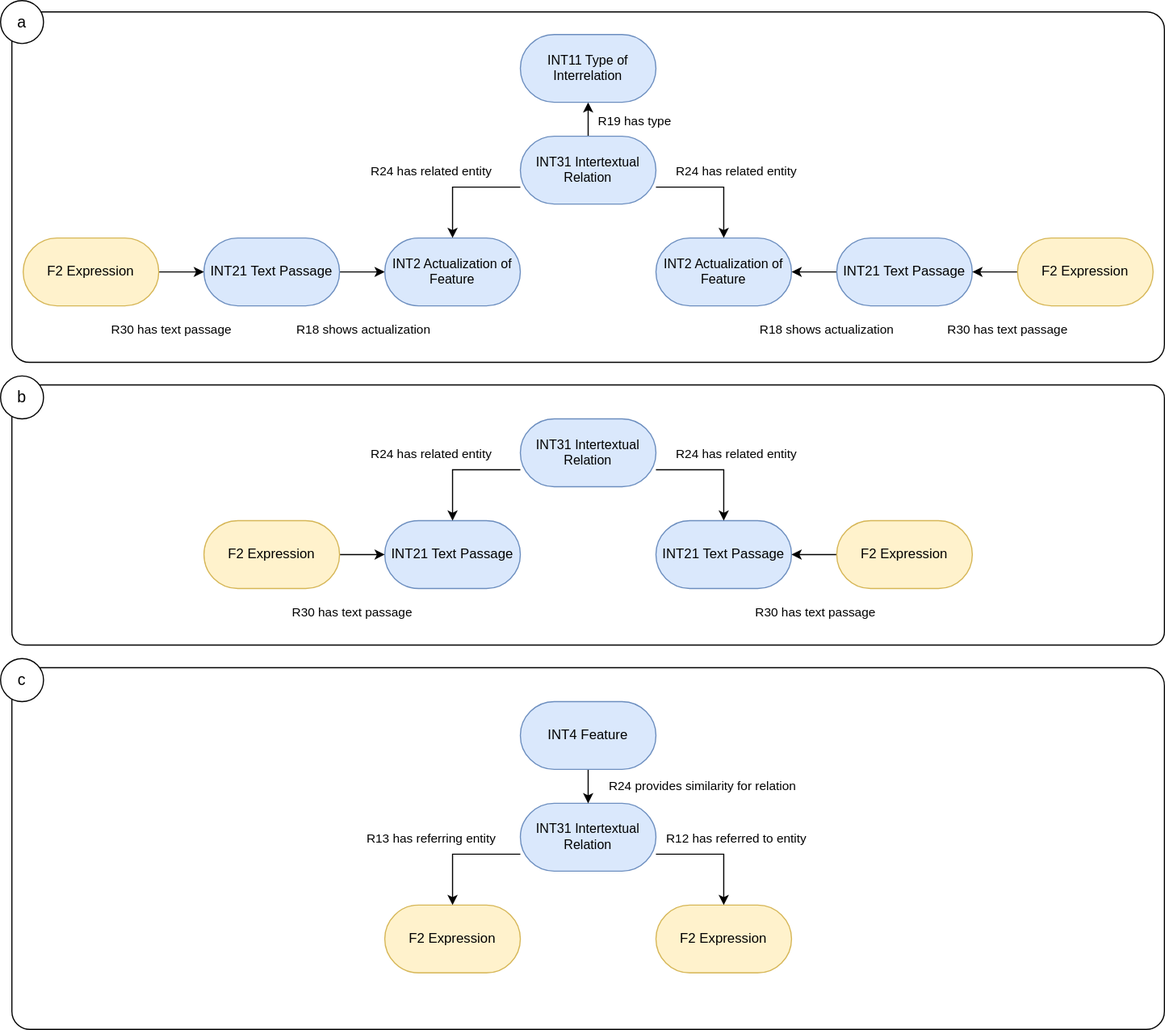
This is img/INTRO_relation.svg from BOberreither/INTRO, a draw.io export, as it was before one commit. Source tidied: cells renumbered, new cells last; positions are measured from the earlier drawing's top-left corner, leaving out a move shared by most shapes.
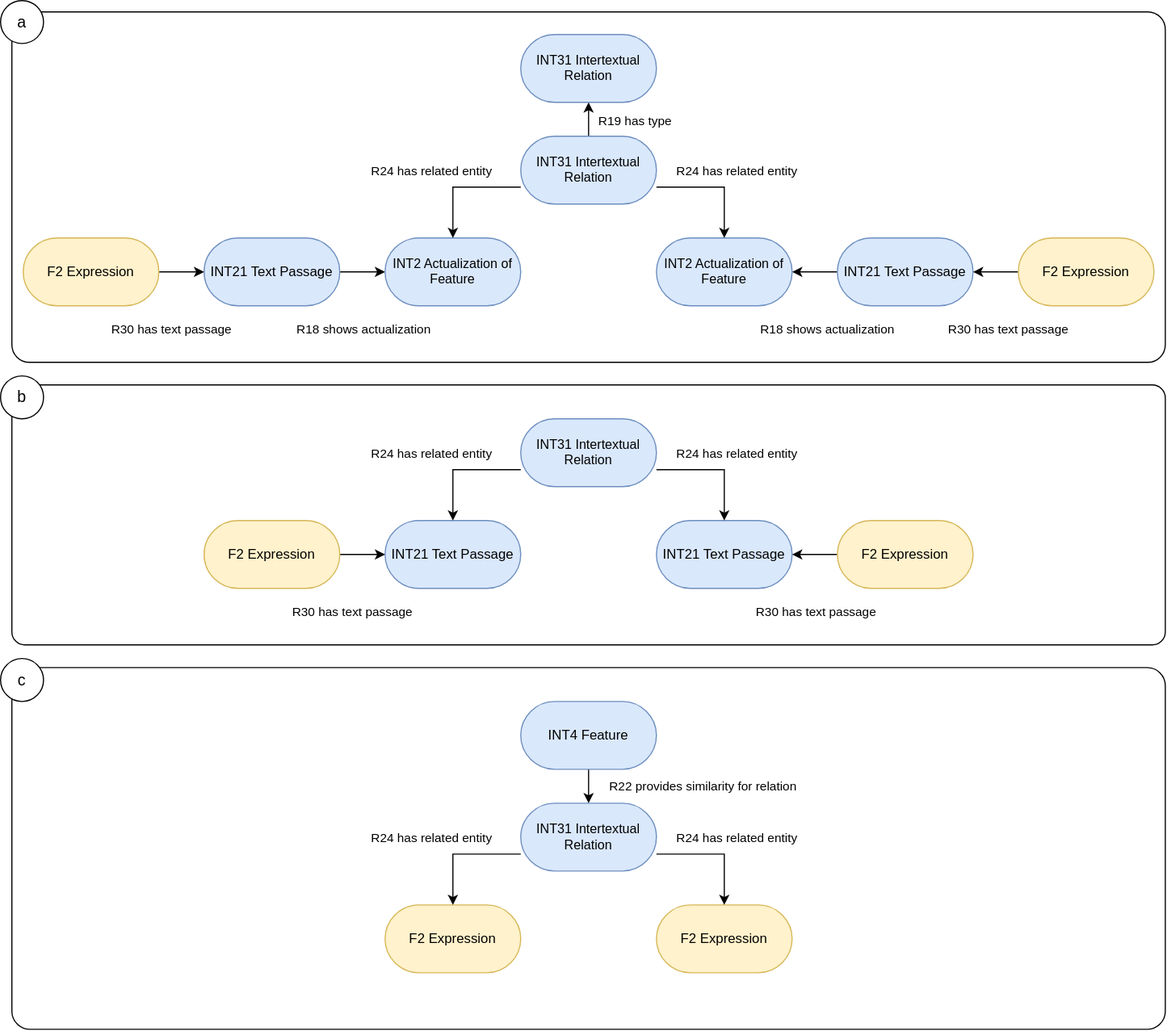
After the change.

Change to the diagram source:
```diff
@@ -2,9 +2,6 @@
   <root>
     <mxCell id="0" />
     <mxCell id="1" parent="0" />
-    <mxCell id="2" style="rounded=1;whiteSpace=wrap;html=1;arcSize=5;fillColor=none;fontFamily=Helvetica;" parent="1" vertex="1">
-      <mxGeometry x="10" y="10" width="1020" height="310" as="geometry" />
-    </mxCell>
     <mxCell id="3" style="rounded=1;whiteSpace=wrap;html=1;arcSize=5;fillColor=none;fontFamily=Helvetica;" parent="1" vertex="1">
       <mxGeometry x="10" y="340" width="1020" height="230" as="geometry" />
     </mxCell>
@@ -60,7 +57,7 @@
     <mxCell id="19" value="INT31 Intertextual Relation" style="rounded=1;html=1;perimeterSpacing=0;arcSize=50;whiteSpace=wrap;fontFamily=Helvetica;spacingTop=0;spacingBottom=0;spacing=2;fillColor=#dae8fc;strokeColor=#6c8ebf;fontSize=11.5;" parent="1" vertex="1">
       <mxGeometry x="460" y="120" width="120" height="60" as="geometry" />
     </mxCell>
-    <mxCell id="20" value="INT11 Type of Interrelation" style="rounded=1;html=1;perimeterSpacing=0;arcSize=50;whiteSpace=wrap;fontFamily=Helvetica;spacingTop=0;spacingBottom=0;spacing=2;fillColor=#dae8fc;strokeColor=#6c8ebf;fontSize=11.5;" parent="1" vertex="1">
+    <mxCell id="20" value="INT31 Intertextual Relation" style="rounded=1;html=1;perimeterSpacing=0;arcSize=50;whiteSpace=wrap;fontFamily=Helvetica;spacingTop=0;spacingBottom=0;spacing=2;fillColor=#dae8fc;strokeColor=#6c8ebf;fontSize=11.5;" parent="1" vertex="1">
       <mxGeometry x="460" y="30" width="120" height="60" as="geometry" />
     </mxCell>
     <mxCell id="21" value="R30 has text passage" style="edgeLabel;html=1;align=center;verticalAlign=middle;fontFamily=Helvetica;" parent="1" vertex="1">
@@ -78,6 +75,9 @@
     <mxCell id="25" value="R24 h&lt;span style=&quot;background-color: light-dark(#ffffff, var(--ge-dark-color, #121212)); color: light-dark(rgb(0, 0, 0), rgb(255, 255, 255));&quot;&gt;as related entity&lt;/span&gt;" style="edgeLabel;html=1;align=center;verticalAlign=middle;fontFamily=Helvetica;" parent="1" vertex="1">
       <mxGeometry x="650" y="150" as="geometry" />
     </mxCell>
+    <mxCell id="2" style="rounded=1;whiteSpace=wrap;html=1;arcSize=5;fillColor=none;fontFamily=Helvetica;" parent="1" vertex="1">
+      <mxGeometry x="10" y="10" width="1020" height="310" as="geometry" />
+    </mxCell>
     <mxCell id="26" value="INT21 Text Passage" style="rounded=1;html=1;perimeterSpacing=0;arcSize=50;whiteSpace=wrap;fontFamily=Helvetica;spacingTop=0;spacingBottom=0;spacing=2;fillColor=#dae8fc;strokeColor=#6c8ebf;fontSize=12;" parent="1" vertex="1">
       <mxGeometry x="340" y="460" width="120" height="60" as="geometry" />
     </mxCell>
@@ -131,7 +131,7 @@
     <mxCell id="42" style="edgeStyle=orthogonalEdgeStyle;rounded=0;jettySize=auto;html=1;exitX=0;exitY=0.75;exitDx=0;exitDy=0;entryX=0.5;entryY=0;entryDx=0;entryDy=0;fontFamily=Helvetica;" parent="1" edge="1" source="45" target="40">
       <mxGeometry relative="1" as="geometry" />
     </mxCell>
-    <mxCell id="43" value="&lt;span style=&quot;font-family: Calibri, sans-serif;&quot; lang=&quot;EN-GB&quot;&gt;&lt;font style=&quot;font-size: 11px;&quot;&gt;R13 has referring entity&lt;/font&gt;&lt;/span&gt;" style="edgeLabel;html=1;align=center;verticalAlign=middle;fontFamily=Helvetica;" parent="42" vertex="1">
+    <mxCell id="43" value="R24 h&lt;span style=&quot;background-color: light-dark(#ffffff, var(--ge-dark-color, #121212)); color: light-dark(rgb(0, 0, 0), rgb(255, 255, 255));&quot;&gt;as related entity&lt;/span&gt;" style="edgeLabel;html=1;align=center;verticalAlign=middle;fontFamily=Helvetica;" parent="42" vertex="1">
       <mxGeometry x="0.08" y="-1" relative="1" as="geometry">
         <mxPoint x="-23" y="-14" as="offset" />
       </mxGeometry>
@@ -142,13 +142,13 @@
     <mxCell id="45" value="INT31 Intertextual Relation" style="rounded=1;html=1;perimeterSpacing=0;arcSize=50;whiteSpace=wrap;fontFamily=Helvetica;spacingTop=0;spacingBottom=0;spacing=2;fillColor=#dae8fc;strokeColor=#6c8ebf;fontSize=11.5;" parent="1" vertex="1">
       <mxGeometry x="460" y="710" width="120" height="60" as="geometry" />
     </mxCell>
-    <mxCell id="46" value="&lt;span style=&quot;line-height: 107%; font-family: Calibri, sans-serif;&quot; lang=&quot;EN-GB&quot;&gt;&lt;font style=&quot;font-size: 11px;&quot;&gt;R12 has referred to entity&lt;/font&gt;&lt;/span&gt;" style="edgeLabel;html=1;align=center;verticalAlign=middle;fontFamily=Helvetica;" parent="1" vertex="1">
+    <mxCell id="46" value="R24 h&lt;span style=&quot;background-color: light-dark(#ffffff, var(--ge-dark-color, #121212)); color: light-dark(rgb(0, 0, 0), rgb(255, 255, 255));&quot;&gt;as related entity&lt;/span&gt;" style="edgeLabel;html=1;align=center;verticalAlign=middle;fontFamily=Helvetica;" parent="1" vertex="1">
       <mxGeometry x="650" y="740" as="geometry" />
     </mxCell>
     <mxCell id="47" style="edgeStyle=orthogonalEdgeStyle;rounded=0;jettySize=auto;html=1;exitX=0.5;exitY=1;exitDx=0;exitDy=0;entryX=0.5;entryY=0;entryDx=0;entryDy=0;" parent="1" edge="1" source="49" target="45">
       <mxGeometry relative="1" as="geometry" />
     </mxCell>
-    <mxCell id="48" value="R24 provides similarity for relation" style="edgeLabel;html=1;align=center;verticalAlign=middle;" parent="47" vertex="1">
+    <mxCell id="48" value="R22 provides similarity for relation" style="edgeLabel;html=1;align=center;verticalAlign=middle;" parent="47" vertex="1">
       <mxGeometry x="-0.08" relative="1" as="geometry">
         <mxPoint x="100" as="offset" />
       </mxGeometry>
```
